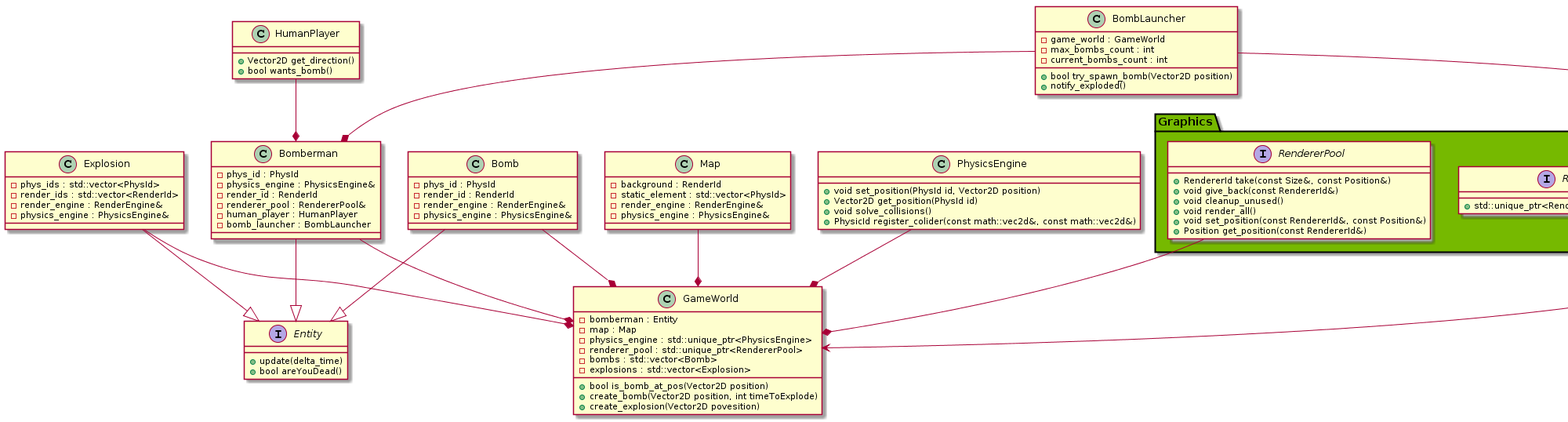
Before: docs/img/class_diagram.png, a diagram exported from PlantUML (NadzwyczajnaGrupaRobocza/bomberman).
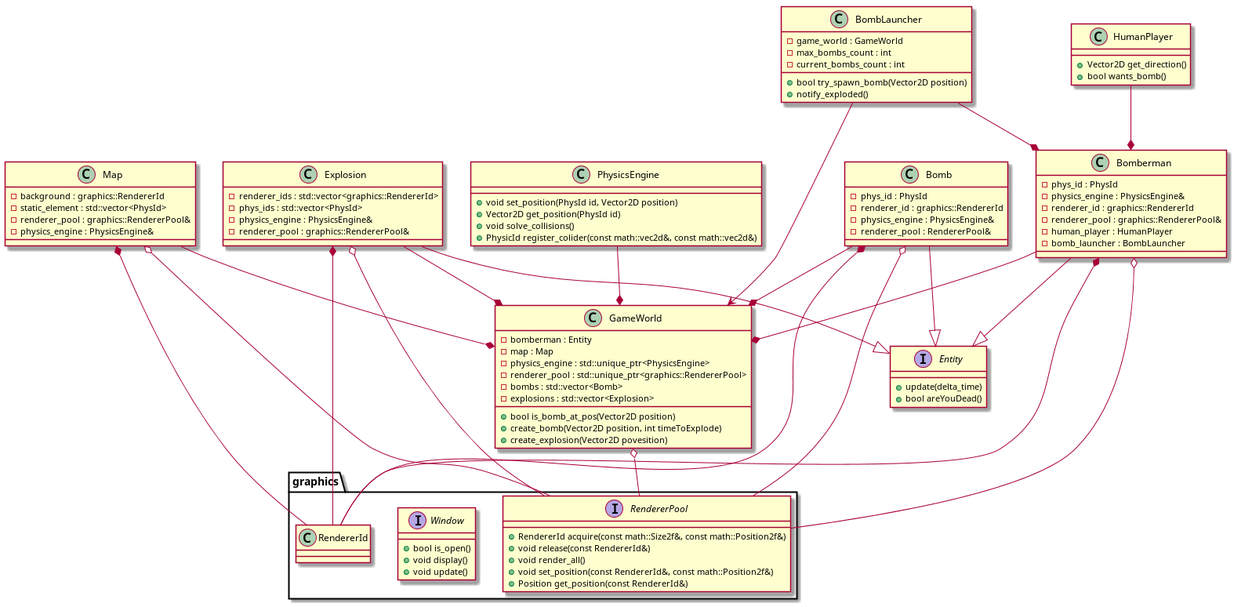
The same diagram one commit later.

Diff of the diagram source:
```diff
@@ -1,4 +1,21 @@
 @startuml
+
+namespace graphics{
+  interface RendererPool{
+    + RendererId acquire(const math::Size2f&, const math::Position2f&)
+    + void release(const RendererId&)
+    + void render_all()
+    + void set_position(const RendererId&, const math::Position2f&)
+    + Position get_position(const RendererId&)
+  }
+  interface Window{
+    + bool is_open()
+    + void display()
+    + void update()
+  }
+  class RendererId
+}
+
 interface Entity {
 + update(delta_time)
 + bool areYouDead()
@@ -7,23 +24,26 @@
 class Bomberman {
 - phys_id : PhysId
 - physics_engine : PhysicsEngine&
-- render_id : RenderId
-- renderer_pool : RendererPool&
+- renderer_id : graphics::RendererId
+- renderer_pool : graphics::RendererPool&
 - human_player : HumanPlayer
 - bomb_launcher : BombLauncher
 }
+Bomberman o-- graphics.RendererPool
+Bomberman *-- graphics.RendererId
 
 class GameWorld {
 - bomberman : Entity
 - map : Map
 - physics_engine : std::unique_ptr<PhysicsEngine>
-- renderer_pool : std::unique_ptr<RendererPool>
+- renderer_pool : std::unique_ptr<graphics::RendererPool>
 - bombs : std::vector<Bomb>
 - explosions : std::vector<Explosion>
 + bool is_bomb_at_pos(Vector2D position)
 + create_bomb(Vector2D position, int timeToExplode)
 + create_explosion(Vector2D povesition)
 }
+GameWorld o-down- graphics.RendererPool
 
 class HumanPlayer {
 + Vector2D get_direction()
@@ -39,11 +59,13 @@
 }
 
 class Map {
-- background : RenderId
+- background : graphics::RendererId
 - static_element : std::vector<PhysId>
-- render_engine : RenderEngine&
+- renderer_pool : graphics::RendererPool&
 - physics_engine : PhysicsEngine&
 }
+Map o-- graphics.RendererPool
+Map *-- graphics.RendererId
 
 class PhysicsEngine{
 + void set_position(PhysId id, Vector2D position)
@@ -52,33 +74,23 @@
 + PhysicId register_colider(const math::vec2d&, const math::vec2d&)
 }
 
-package "Graphics" #76b900 {
-interface RendererPoolFactory{
-  + std::unique_ptr<RendererPool> create(const WindowSize&)
-}
-interface RendererPool{
-  + RendererId take(const Size&, const Position&)
-  + void give_back(const RendererId&)
-  + void cleanup_unused()
-  + void render_all()
-  + void set_position(const RendererId&, const Position&)
-  + Position get_position(const RendererId&)
-}
-}
-
 class Bomb {
 - phys_id : PhysId
-- render_id : RenderId
-- render_engine : RenderEngine&
+- renderer_id : graphics::RendererId
 - physics_engine : PhysicsEngine&
+- renderer_pool : RendererPool&
 }
+Bomb o-- graphics.RendererPool
+Bomb *-- graphics.RendererId
 
 class Explosion {
+- renderer_ids : std::vector<graphics::RendererId>
 - phys_ids : std::vector<PhysId>
-- render_ids : std::vector<RenderId>
-- render_engine : RenderEngine&
 - physics_engine : PhysicsEngine&
+- renderer_pool : graphics::RendererPool&
 }
+Explosion o-- graphics.RendererPool
+Explosion *-- graphics.RendererId
 
 Bomberman --|> Entity
 Bomb --|> Entity
@@ -93,9 +105,8 @@
 BombLauncher --> GameWorld
 BombLauncher --* Bomberman
 
-
 Map --* GameWorld
 
-RendererPool --* GameWorld
 PhysicsEngine --* GameWorld
+
 @enduml
```
